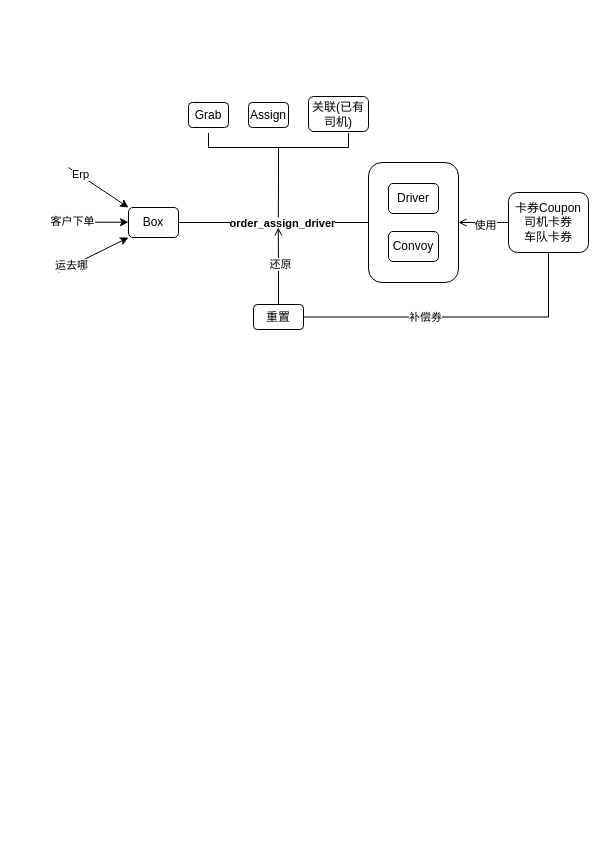
This is 当前箱信调度.drawio from gongyao1992/draw, a draw.io file, before an edit. Source tidied: cells renumbered, new cells numbered last; positions are measured from the earlier drawing's top-left corner, leaving out a move shared by most shapes. Both pictures are drawn from the tidied source at 100%, with x=0, y=0 at pixel (58, 96).
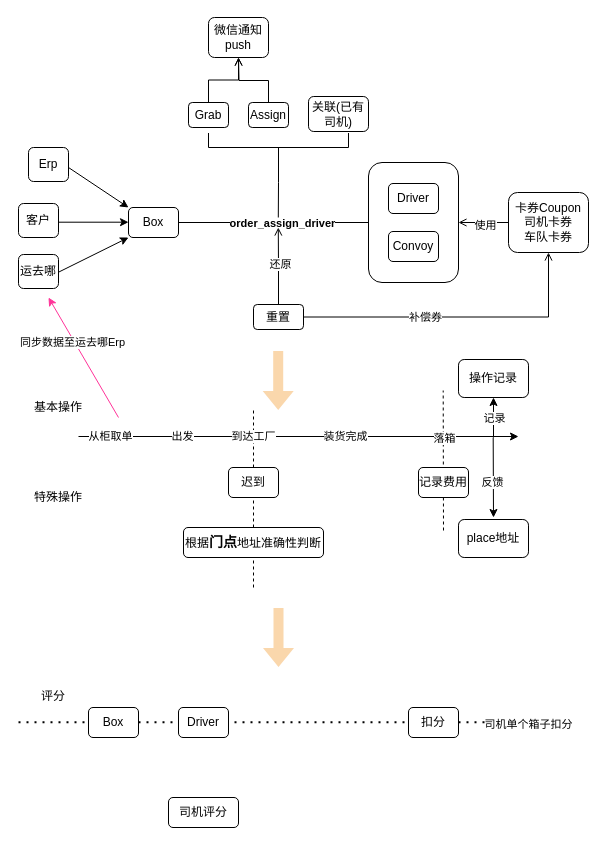
Above is the later version.

Commit message (it also covers changes not shown here):
更新当前箱信调度.drawio

The change refers to these unchanged cells:
```xml
<mxCell id="5" style="endArrow=classic;html=1;" parent="1" edge="1">
  <mxGeometry relative="1" as="geometry">
    <mxPoint y="125.7" as="sourcePoint" />
    <mxPoint x="70" y="125.7" as="targetPoint" />
  </mxGeometry>
</mxCell>
<mxCell id="7" style="endArrow=classic;html=1;" parent="1" edge="1">
  <mxGeometry relative="1" as="geometry">
    <mxPoint x="10" y="71" as="sourcePoint" />
    <mxPoint x="70" y="111" as="targetPoint" />
  </mxGeometry>
</mxCell>
<mxCell id="9" style="endArrow=classic;html=1;" parent="1" edge="1">
  <mxGeometry relative="1" as="geometry">
    <mxPoint y="175.7" as="sourcePoint" />
    <mxPoint x="70" y="141" as="targetPoint" />
  </mxGeometry>
</mxCell>
<mxCell id="15" value="Grab" style="rounded=1;whiteSpace=wrap;html=1;align=center;" parent="1" vertex="1">
  <mxGeometry x="130" y="6" width="40" height="25" as="geometry" />
</mxCell>
<mxCell id="16" value="Assign" style="rounded=1;whiteSpace=wrap;html=1;align=center;" parent="1" vertex="1">
  <mxGeometry x="190" y="6" width="40" height="25" as="geometry" />
</mxCell>
<mxCell id="22" value="卡券Coupon&lt;br&gt;司机卡券&lt;br&gt;车队卡券" style="rounded=1;whiteSpace=wrap;html=1;align=center;" parent="1" vertex="1">
  <mxGeometry x="450" y="96" width="80" height="60" as="geometry" />
</mxCell>
<mxCell id="27" value="重置" style="rounded=1;whiteSpace=wrap;html=1;align=center;" parent="1" vertex="1">
  <mxGeometry x="195" y="208" width="50" height="25" as="geometry" />
</mxCell>
```

Diff of the diagram source:
```diff
@@
+    <mxCell id="28" style="endArrow=none;dashed=1;html=1;dashPattern=1 3;strokeWidth=2;" parent="1" edge="1">
+      <mxGeometry relative="1" as="geometry">
+        <mxPoint x="-40" y="625.7" as="sourcePoint" />
+        <mxPoint x="513.1" y="625.7" as="targetPoint" />
+      </mxGeometry>
+    </mxCell>
+    <mxCell id="29" value="司机单个箱子扣分" style="edgeLabel;html=1;align=center;verticalAlign=middle;" parent="28" vertex="1">
+      <mxGeometry x="0.84" y="-2" relative="1" as="geometry" />
+    </mxCell>
+    <mxCell id="30" style="endArrow=none;html=1;dashed=1;" parent="1" edge="1">
+      <mxGeometry relative="1" as="geometry">
+        <mxPoint x="385" y="434" as="sourcePoint" />
+        <mxPoint x="384.7" y="294" as="targetPoint" />
+      </mxGeometry>
+    </mxCell>
+    <mxCell id="31" style="endArrow=none;html=1;dashed=1;" parent="1" edge="1">
+      <mxGeometry relative="1" as="geometry">
+        <mxPoint x="195" y="491" as="sourcePoint" />
+        <mxPoint x="195" y="311" as="targetPoint" />
+      </mxGeometry>
+    </mxCell>
@@
-    <mxCell id="6" value="客户下单" style="edgeLabel;html=1;align=center;verticalAlign=middle;" parent="5" vertex="1">
-      <mxGeometry x="-0.63" y="1" relative="1" as="geometry" />
-    </mxCell>
@@
-    <mxCell id="8" value="Erp" style="edgeLabel;html=1;align=center;verticalAlign=middle;" parent="7" vertex="1">
-      <mxGeometry x="-0.63" y="1" relative="1" as="geometry" />
-    </mxCell>
@@
-    <mxCell id="10" value="运去哪" style="edgeLabel;html=1;align=center;verticalAlign=middle;" parent="9" vertex="1">
-      <mxGeometry x="-0.63" y="1" relative="1" as="geometry" />
-    </mxCell>
@@
+    <mxCell id="32" style="edgeStyle=orthogonalEdgeStyle;rounded=0;jettySize=auto;html=1;exitX=0.5;exitY=0;exitDx=0;exitDy=0;entryX=0.5;entryY=1;entryDx=0;entryDy=0;endArrow=open;endFill=0;" parent="1" edge="1" source="15" target="34">
+      <mxGeometry relative="1" as="geometry" />
+    </mxCell>
@@
+    <mxCell id="33" style="edgeStyle=orthogonalEdgeStyle;rounded=0;jettySize=auto;html=1;exitX=0.5;exitY=0;exitDx=0;exitDy=0;endArrow=open;endFill=0;" parent="1" edge="1" source="16">
+      <mxGeometry relative="1" as="geometry">
+        <mxPoint x="180" y="-39" as="targetPoint" />
+      </mxGeometry>
+    </mxCell>
@@
-    <mxCell id="25" style="edgeStyle=orthogonalEdgeStyle;rounded=0;jettySize=auto;html=1;exitX=1;exitY=0.5;exitDx=0;exitDy=0;entryX=0.5;entryY=1;entryDx=0;entryDy=0;endArrow=none;endFill=0;" parent="1" edge="1" source="27" target="22">
+    <mxCell id="25" style="edgeStyle=orthogonalEdgeStyle;rounded=0;jettySize=auto;html=1;exitX=1;exitY=0.5;exitDx=0;exitDy=0;entryX=0.5;entryY=1;entryDx=0;entryDy=0;endArrow=open;endFill=0;" parent="1" edge="1" source="27" target="22">
       <mxGeometry relative="1" as="geometry" />
     </mxCell>
@@
+    <mxCell id="34" value="微信通知&lt;br&gt;push" style="rounded=1;whiteSpace=wrap;html=1;align=center;" parent="1" vertex="1">
+      <mxGeometry x="150" y="-79" width="60" height="40" as="geometry" />
+    </mxCell>
+    <mxCell id="8" value="Erp" style="rounded=1;whiteSpace=wrap;html=1;align=center;" parent="1" vertex="1">
+      <mxGeometry x="-30" y="51" width="40" height="34" as="geometry" />
+    </mxCell>
+    <mxCell id="35" value="客户" style="rounded=1;whiteSpace=wrap;html=1;align=center;" parent="1" vertex="1">
+      <mxGeometry x="-40" y="107" width="40" height="34" as="geometry" />
+    </mxCell>
+    <mxCell id="10" value="运去哪" style="rounded=1;whiteSpace=wrap;html=1;align=center;" parent="1" vertex="1">
+      <mxGeometry x="-40" y="158" width="40" height="34" as="geometry" />
+    </mxCell>
+    <mxCell id="36" style="shape=flexArrow;endArrow=classic;html=1;fillColor=#fad7ac;strokeColor=none;" parent="1" edge="1">
+      <mxGeometry relative="1" as="geometry">
+        <mxPoint x="219.7" y="254" as="sourcePoint" />
+        <mxPoint x="219.7" y="314" as="targetPoint" />
+      </mxGeometry>
+    </mxCell>
+    <mxCell id="37" style="endArrow=classic;html=1;" parent="1" edge="1">
+      <mxGeometry relative="1" as="geometry">
+        <mxPoint x="20" y="340" as="sourcePoint" />
+        <mxPoint x="460" y="340" as="targetPoint" />
+      </mxGeometry>
+    </mxCell>
+    <mxCell id="38" value="从柜取单" style="edgeLabel;html=1;align=center;verticalAlign=middle;" parent="37" vertex="1">
+      <mxGeometry x="-0.86" y="1" relative="1" as="geometry" />
+    </mxCell>
+    <mxCell id="39" value="出发" style="edgeLabel;html=1;align=center;verticalAlign=middle;" parent="37" vertex="1">
+      <mxGeometry x="-0.53" y="1" relative="1" as="geometry" />
+    </mxCell>
+    <mxCell id="40" value="到达工厂" style="edgeLabel;html=1;align=center;verticalAlign=middle;" parent="37" vertex="1">
+      <mxGeometry x="-0.21" y="1" relative="1" as="geometry" />
+    </mxCell>
+    <mxCell id="41" value="装货完成" style="edgeLabel;html=1;align=center;verticalAlign=middle;" parent="37" vertex="1">
+      <mxGeometry x="0.21" y="1" relative="1" as="geometry" />
+    </mxCell>
+    <mxCell id="42" value="落箱" style="edgeLabel;html=1;align=center;verticalAlign=middle;" parent="37" vertex="1">
+      <mxGeometry x="0.66" y="-1" relative="1" as="geometry" />
+    </mxCell>
+    <mxCell id="43" value="基本操作" style="text;html=1;strokeColor=none;fillColor=none;align=center;verticalAlign=middle;whiteSpace=wrap;rounded=0;" parent="1" vertex="1">
+      <mxGeometry x="-30" y="301" width="60" height="20" as="geometry" />
+    </mxCell>
+    <mxCell id="44" value="迟到" style="rounded=1;whiteSpace=wrap;html=1;align=center;" parent="1" vertex="1">
+      <mxGeometry x="170" y="371" width="50" height="30" as="geometry" />
+    </mxCell>
+    <mxCell id="45" value="根据&lt;b&gt;&lt;font style=&quot;font-size: 14px&quot;&gt;门点&lt;/font&gt;&lt;/b&gt;地址准确性判断" style="rounded=1;whiteSpace=wrap;html=1;align=center;" parent="1" vertex="1">
+      <mxGeometry x="125" y="431" width="140" height="30" as="geometry" />
+    </mxCell>
+    <mxCell id="46" value="记录费用" style="rounded=1;whiteSpace=wrap;html=1;align=center;" parent="1" vertex="1">
+      <mxGeometry x="360" y="371" width="50" height="30" as="geometry" />
+    </mxCell>
+    <mxCell id="47" value="特殊操作" style="text;html=1;strokeColor=none;fillColor=none;align=center;verticalAlign=middle;whiteSpace=wrap;rounded=0;" parent="1" vertex="1">
+      <mxGeometry x="-30" y="391" width="60" height="20" as="geometry" />
+    </mxCell>
+    <mxCell id="48" value="操作记录" style="rounded=1;whiteSpace=wrap;html=1;align=center;" parent="1" vertex="1">
+      <mxGeometry x="400" y="263" width="70" height="38" as="geometry" />
+    </mxCell>
+    <mxCell id="49" style="endArrow=classic;html=1;" parent="1" edge="1">
+      <mxGeometry relative="1" as="geometry">
+        <mxPoint x="435" y="341" as="sourcePoint" />
+        <mxPoint x="435" y="301" as="targetPoint" />
+      </mxGeometry>
+    </mxCell>
+    <mxCell id="50" value="记录" style="edgeLabel;html=1;align=center;verticalAlign=middle;" parent="49" vertex="1">
+      <mxGeometry x="-0.02" relative="1" as="geometry" />
+    </mxCell>
+    <mxCell id="51" value="place地址" style="rounded=1;whiteSpace=wrap;html=1;align=center;" parent="1" vertex="1">
+      <mxGeometry x="400" y="423" width="70" height="38" as="geometry" />
+    </mxCell>
+    <mxCell id="52" style="endArrow=classic;html=1;" parent="1" edge="1">
+      <mxGeometry relative="1" as="geometry">
+        <mxPoint x="434.7" y="341" as="sourcePoint" />
+        <mxPoint x="435" y="421" as="targetPoint" />
+      </mxGeometry>
+    </mxCell>
+    <mxCell id="53" value="反馈" style="edgeLabel;html=1;align=center;verticalAlign=middle;" parent="52" vertex="1">
+      <mxGeometry x="0.1" y="-1" relative="1" as="geometry" />
+    </mxCell>
+    <mxCell id="54" style="shape=flexArrow;endArrow=classic;html=1;fillColor=#fad7ac;strokeColor=none;" parent="1" edge="1">
+      <mxGeometry relative="1" as="geometry">
+        <mxPoint x="220" y="511" as="sourcePoint" />
+        <mxPoint x="220" y="571" as="targetPoint" />
+      </mxGeometry>
+    </mxCell>
+    <mxCell id="55" value="评分" style="text;html=1;strokeColor=none;fillColor=none;align=center;verticalAlign=middle;whiteSpace=wrap;rounded=0;" parent="1" vertex="1">
+      <mxGeometry x="-30" y="588" width="50" height="23" as="geometry" />
+    </mxCell>
+    <mxCell id="56" style="endArrow=classic;html=1;strokeColor=#FF3399;" parent="1" edge="1">
+      <mxGeometry relative="1" as="geometry">
+        <mxPoint x="60" y="321" as="sourcePoint" />
+        <mxPoint x="-10" y="201" as="targetPoint" />
+      </mxGeometry>
+    </mxCell>
+    <mxCell id="57" value="同步数据至运去哪Erp" style="edgeLabel;html=1;align=center;verticalAlign=middle;" parent="56" vertex="1">
+      <mxGeometry x="0.28" y="2" relative="1" as="geometry" />
+    </mxCell>
+    <mxCell id="58" value="Box" style="rounded=1;whiteSpace=wrap;html=1;align=center;" parent="1" vertex="1">
+      <mxGeometry x="30" y="611" width="50" height="30" as="geometry" />
+    </mxCell>
+    <mxCell id="59" value="Driver" style="rounded=1;whiteSpace=wrap;html=1;align=center;" parent="1" vertex="1">
+      <mxGeometry x="120" y="611" width="50" height="30" as="geometry" />
+    </mxCell>
+    <mxCell id="60" value="扣分" style="rounded=1;whiteSpace=wrap;html=1;align=center;" parent="1" vertex="1">
+      <mxGeometry x="350" y="611" width="50" height="30" as="geometry" />
+    </mxCell>
+    <mxCell id="61" value="司机评分" style="rounded=1;whiteSpace=wrap;html=1;align=center;" parent="1" vertex="1">
+      <mxGeometry x="110" y="701" width="70" height="30" as="geometry" />
+    </mxCell>
```
